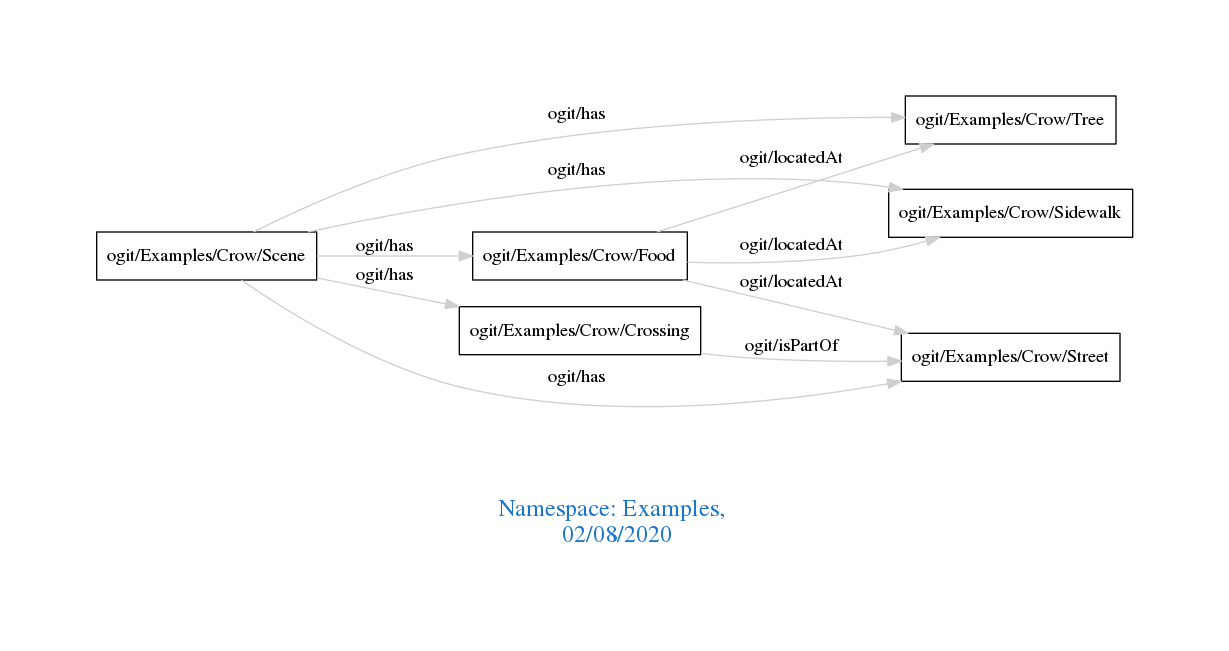
Above: downloads/Examples.png in arago/OGIT (Graphviz), before the change. Its source is kept beside it as downloads/Examples.dot.
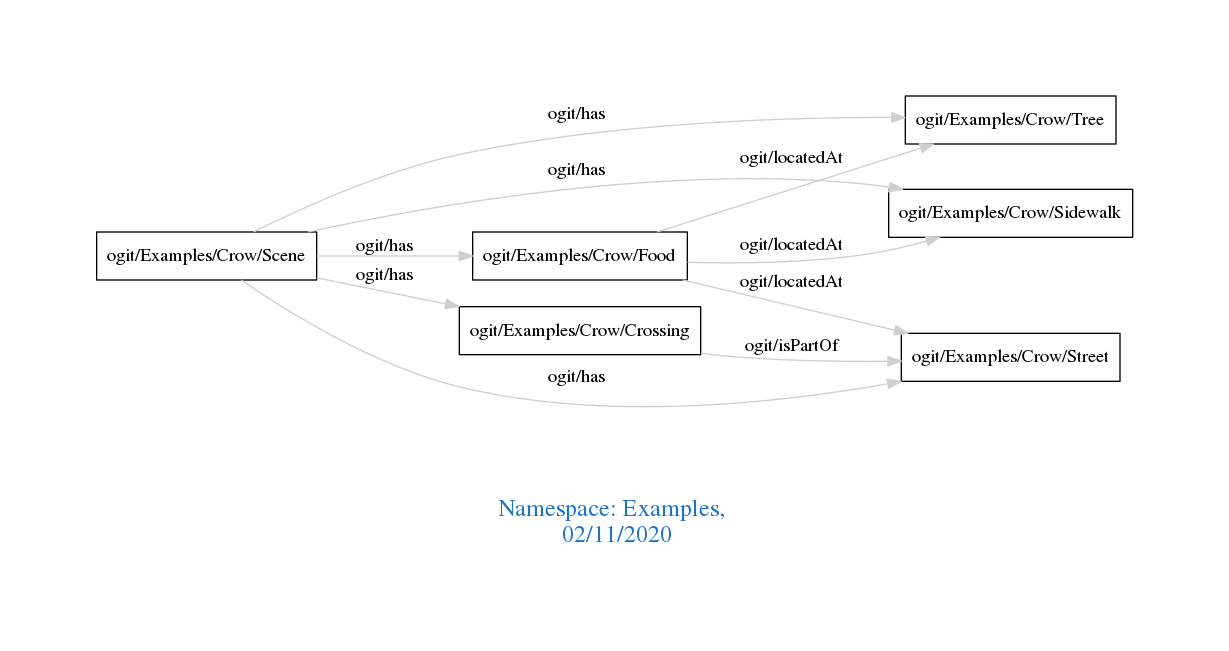
After the commit.

Diff of the diagram source:
```diff
@@ -1,7 +1,7 @@
 digraph OGIT_ontology {
  graph [ rankdir= LR,pad=1
 fontsize = 18,
-fontcolor= dodgerblue3,label = "\n\n\nNamespace: Examples, \n 02/08/2020"];
+fontcolor= dodgerblue3,label = "\n\n\nNamespace: Examples, \n 02/11/2020"];
 node[shape=polygon];
 edge [  color="gray81"];
 
```
